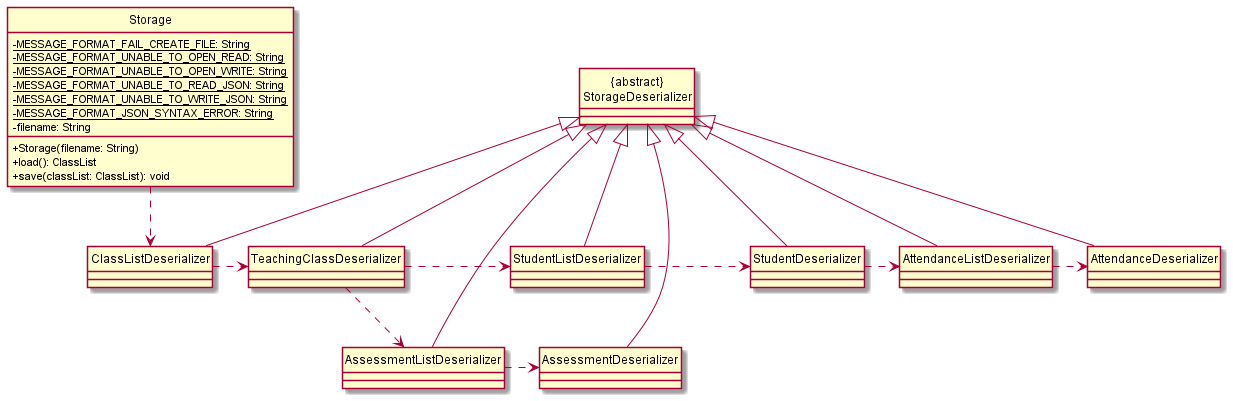
Earlier version of the PlantUML export docs/diagrams/class/StorageClassDiagram.png (nus-cs2113-AY2122S1/tp).
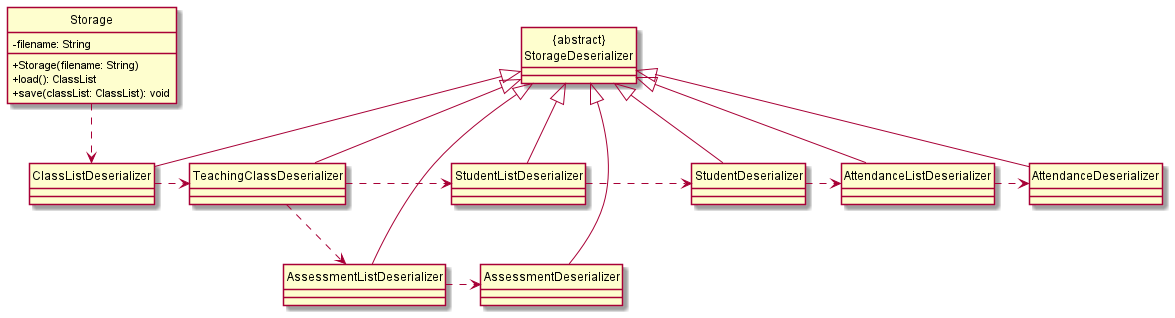
The same file after the commit.

Change to the diagram source:
```diff
@@ -1,13 +1,7 @@
 @startuml
-!include ClassDiagramStyle.puml
+!include ClassStyle.puml
 
 class Storage {
-    {static} -MESSAGE_FORMAT_FAIL_CREATE_FILE: String
-    {static} -MESSAGE_FORMAT_UNABLE_TO_OPEN_READ: String
-    {static} -MESSAGE_FORMAT_UNABLE_TO_OPEN_WRITE: String
-    {static} -MESSAGE_FORMAT_UNABLE_TO_READ_JSON: String
-    {static} -MESSAGE_FORMAT_UNABLE_TO_WRITE_JSON: String
-    {static} -MESSAGE_FORMAT_JSON_SYNTAX_ERROR: String
     -filename: String
     +Storage(filename: String)
     +load(): ClassList
```
